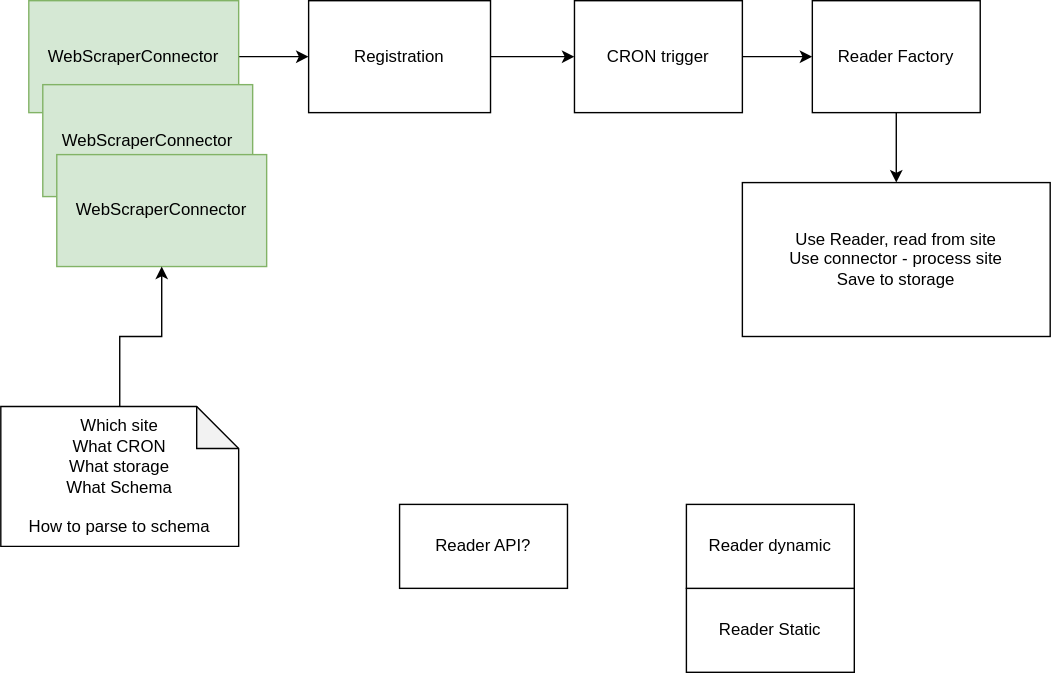
Before: High level architecture.svg, a diagram exported from draw.io (SiecFirma/WebScraper). Source tidied: cells renumbered, new cells last; positions are measured from the earlier drawing's top-left corner, leaving out a move shared by most shapes.
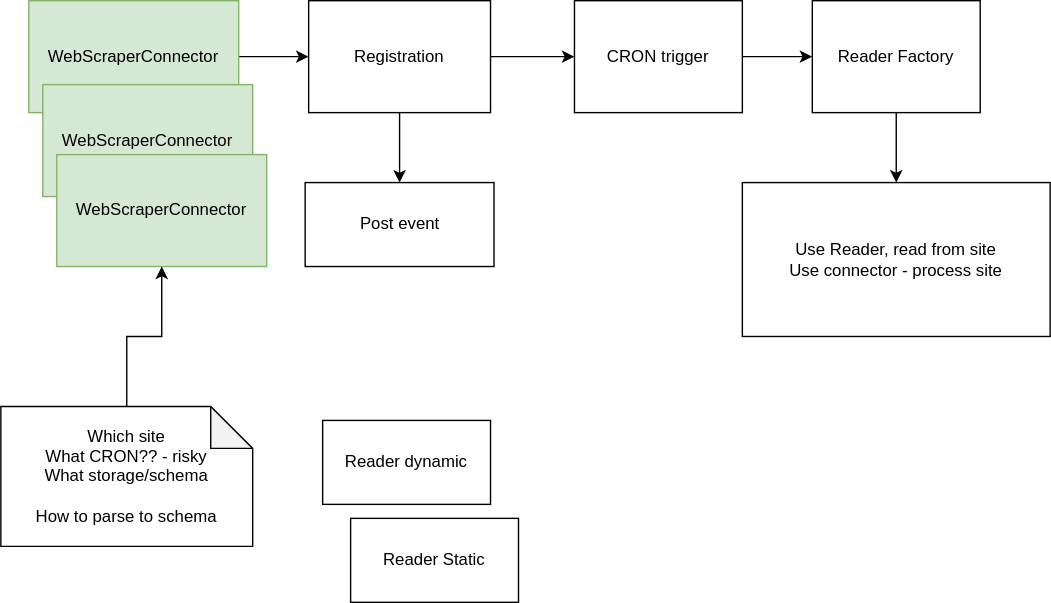
The same diagram one commit later.

Change to the diagram source:
```diff
@@ -17,18 +17,18 @@
     <mxCell id="6" style="edgeStyle=orthogonalEdgeStyle;rounded=0;jettySize=auto;html=1;exitX=1;exitY=0.5;exitDx=0;exitDy=0;entryX=0;entryY=0.5;entryDx=0;entryDy=0;" parent="1" edge="1" source="7" target="12">
       <mxGeometry relative="1" as="geometry" />
     </mxCell>
+    <mxCell id="18" style="edgeStyle=orthogonalEdgeStyle;rounded=0;jettySize=auto;html=1;exitX=0.5;exitY=1;exitDx=0;exitDy=0;entryX=0.5;entryY=0;entryDx=0;entryDy=0;" parent="1" edge="1" source="7" target="19">
+      <mxGeometry relative="1" as="geometry" />
+    </mxCell>
     <mxCell id="7" value="Registration" style="rounded=0;whiteSpace=wrap;html=1;" parent="1" vertex="1">
       <mxGeometry x="220" width="130" height="80" as="geometry" />
     </mxCell>
     <mxCell id="8" value="Reader Static" style="rounded=0;whiteSpace=wrap;html=1;" parent="1" vertex="1">
-      <mxGeometry x="490" y="420" width="120" height="60" as="geometry" />
+      <mxGeometry x="250" y="370" width="120" height="60" as="geometry" />
     </mxCell>
     <mxCell id="9" value="Reader dynamic" style="rounded=0;whiteSpace=wrap;html=1;" parent="1" vertex="1">
-      <mxGeometry x="490" y="360" width="120" height="60" as="geometry" />
+      <mxGeometry x="230" y="300" width="120" height="60" as="geometry" />
     </mxCell>
-    <mxCell id="10" value="Reader API?" style="rounded=0;whiteSpace=wrap;html=1;" parent="1" vertex="1">
-      <mxGeometry x="285" y="360" width="120" height="60" as="geometry" />
-    </mxCell>
     <mxCell id="11" style="edgeStyle=orthogonalEdgeStyle;rounded=0;jettySize=auto;html=1;entryX=0;entryY=0.5;entryDx=0;entryDy=0;" parent="1" edge="1" source="12" target="16">
       <mxGeometry relative="1" as="geometry" />
     </mxCell>
@@ -38,8 +38,8 @@
     <mxCell id="13" style="edgeStyle=orthogonalEdgeStyle;rounded=0;jettySize=auto;html=1;entryX=0.5;entryY=1;entryDx=0;entryDy=0;" parent="1" edge="1" source="14" target="5">
       <mxGeometry relative="1" as="geometry" />
     </mxCell>
-    <mxCell id="14" value="Which site&lt;br&gt;What CRON&lt;br&gt;What storage&lt;br&gt;What Schema&lt;br&gt;&lt;br&gt;How to parse to schema" style="shape=note;whiteSpace=wrap;html=1;backgroundOutline=1;darkOpacity=0.05;" parent="1" vertex="1">
-      <mxGeometry y="290" width="170" height="100" as="geometry" />
+    <mxCell id="14" value="Which site&lt;br&gt;What CRON?? - risky&lt;br&gt;What storage/schema&lt;br&gt;&lt;br&gt;How to parse to schema" style="shape=note;whiteSpace=wrap;html=1;backgroundOutline=1;darkOpacity=0.05;" parent="1" vertex="1">
+      <mxGeometry y="290" width="180" height="100" as="geometry" />
     </mxCell>
     <mxCell id="15" style="edgeStyle=orthogonalEdgeStyle;rounded=0;jettySize=auto;html=1;exitX=0.5;exitY=1;exitDx=0;exitDy=0;entryX=0.5;entryY=0;entryDx=0;entryDy=0;" parent="1" edge="1" source="16" target="17">
       <mxGeometry relative="1" as="geometry" />
@@ -47,8 +47,11 @@
     <mxCell id="16" value="Reader Factory" style="rounded=0;whiteSpace=wrap;html=1;" parent="1" vertex="1">
       <mxGeometry x="580" width="120" height="80" as="geometry" />
     </mxCell>
-    <mxCell id="17" value="Use Reader, read from site&lt;br&gt;Use connector - process site&lt;br&gt;Save to storage" style="rounded=0;whiteSpace=wrap;html=1;" parent="1" vertex="1">
+    <mxCell id="17" value="Use Reader, read from site&lt;br&gt;Use connector - process site" style="rounded=0;whiteSpace=wrap;html=1;" parent="1" vertex="1">
       <mxGeometry x="530" y="130" width="220" height="110" as="geometry" />
     </mxCell>
+    <mxCell id="19" value="Post event" style="rounded=0;whiteSpace=wrap;html=1;" parent="1" vertex="1">
+      <mxGeometry x="217.5" y="130" width="135" height="60" as="geometry" />
+    </mxCell>
   </root>
 </mxGraphModel>
```
